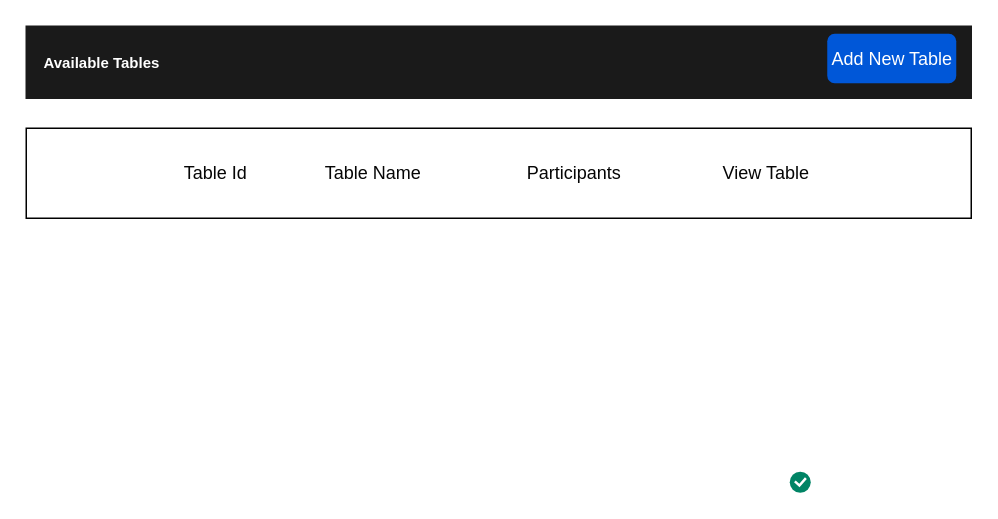
Earlier version of the draw.io diagram page "Admin: Available tables" (1 of 4) of demos/flashgame.drawio (shivangsanghi/demos). Source tidied: cells renumbered, new cells numbered last; positions are measured from the earlier drawing's top-left corner, leaving out a move shared by most shapes. Both pictures are drawn from the tidied source at 150%, with x=0, y=0 at pixel (26, 26).
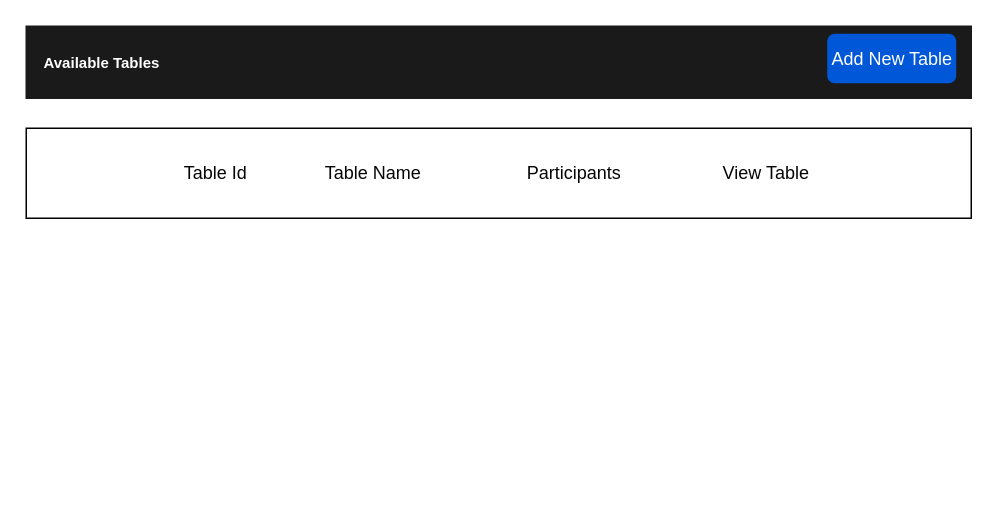
After the change.

What changed in the source:
```diff
@@
 <mxGraphModel>
   <root>
     <mxCell id="0" />
     <mxCell id="1" parent="0" />
-    <mxCell id="2" style="html=1;shadow=0;dashed=0;shape=mxgraph.atlassian.checkbox;fillColor=#008465;strokeColor=none;html=1;" parent="1" vertex="1">
-      <mxGeometry x="509" y="297" width="14" height="14" as="geometry" />
-    </mxCell>
     <mxCell id="3" value="Available Tables" style="whiteSpace=wrap;html=1;shadow=0;dashed=0;fontSize=10;align=left;fillColor=#1A1A1A;strokeColor=#1A1A1A;fontStyle=1;fontColor=#FFFFFF;spacingTop=0;spacingLeft=10;" parent="1" vertex="1">
       <mxGeometry width="630" height="48" as="geometry" />
     </mxCell>
     <mxCell id="4" value="Add New Table" style="rounded=1;fillColor=#0057D8;align=center;strokeColor=none;html=1;fontColor=#ffffff;fontSize=12;" parent="1" vertex="1">
       <mxGeometry x="534" y="5" width="86" height="33" as="geometry" />
     </mxCell>
     <mxCell id="5" style="group;" parent="1" vertex="1">
       <mxGeometry y="68" width="630" height="60" as="geometry" />
     </mxCell>
     <mxCell id="6" style="rounded=0;whiteSpace=wrap;html=1;fontColor=#050505;" parent="5" vertex="1">
       <mxGeometry width="630" height="60" as="geometry" />
     </mxCell>
     <mxCell id="7" style="group;" parent="5" vertex="1">
       <mxGeometry x="95.5" y="20" width="496.4" height="20" as="geometry" />
     </mxCell>
     <mxCell id="8" value="Table Id&lt;br&gt;" style="text;html=1;align=center;verticalAlign=middle;fontColor=#050505;" parent="7" vertex="1">
       <mxGeometry width="60" height="20" as="geometry" />
     </mxCell>
     <mxCell id="9" value="Table Name" style="text;html=1;align=center;verticalAlign=middle;fontColor=#050505;" parent="7" vertex="1">
       <mxGeometry x="95.5" width="80" height="20" as="geometry" />
     </mxCell>
     <mxCell id="10" value="Participants&lt;br&gt;" style="text;html=1;align=center;verticalAlign=middle;fontColor=#050505;" parent="7" vertex="1">
       <mxGeometry x="229.1" width="80" height="20" as="geometry" />
     </mxCell>
     <mxCell id="11" value="View Table&lt;br&gt;" style="text;html=1;align=center;verticalAlign=middle;fontColor=#050505;" parent="7" vertex="1">
       <mxGeometry x="362.7" width="70" height="20" as="geometry" />
     </mxCell>
   </root>
 </mxGraphModel>
```
